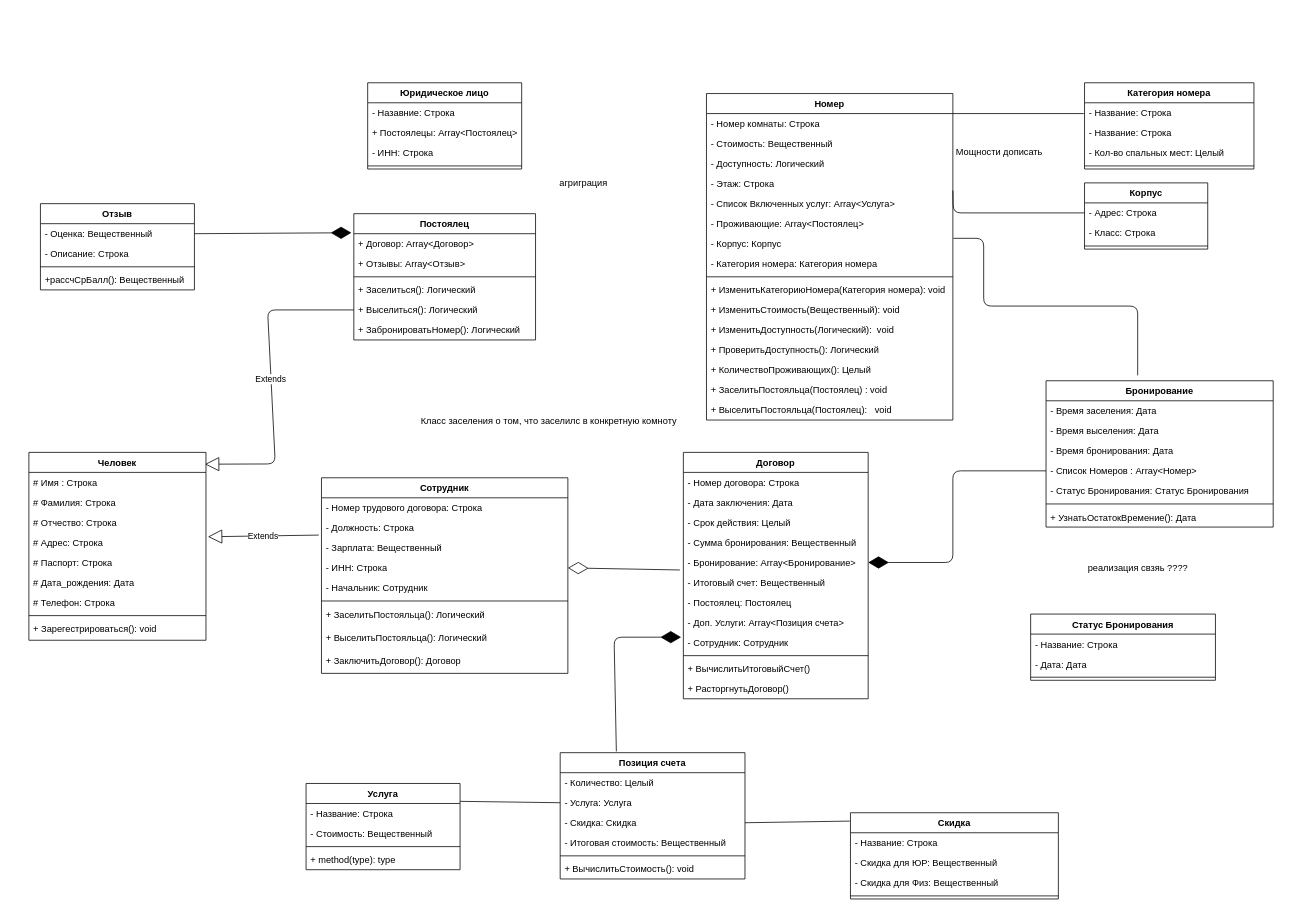
Above: IS_IS/lab2/Class diagram.drawio in Suvorovm/DB--Labs (draw.io), before the change. Source tidied: cells renumbered, new cells numbered last; positions are measured from the earlier drawing's top-left corner, leaving out a move shared by most shapes. Both pictures are drawn from the tidied source at 77%, with x=0, y=0 at pixel (28, 82).
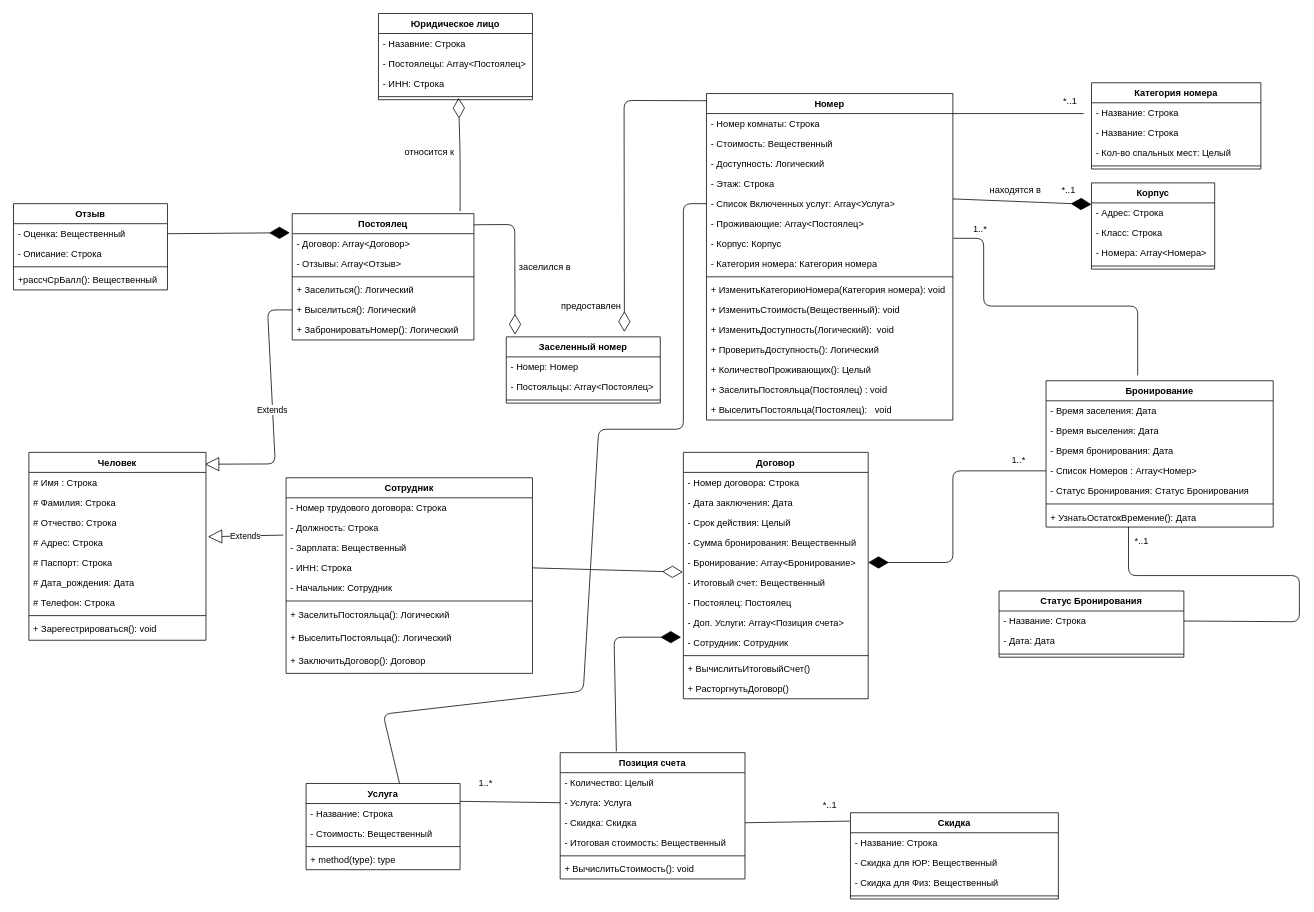
After the change.

Unchanged cells that the change refers to:
```xml
<mxCell id="2" value="Номер" style="swimlane;fontStyle=1;align=center;verticalAlign=top;horizontal=1;startSize=26;" parent="1" vertex="1">
  <mxGeometry x="880" y="14" width="320" height="424" as="geometry" />
</mxCell>
<mxCell id="7" value="- Список Включенных услуг: Array&lt;Услуга&gt;" style="text;strokeColor=none;fillColor=none;align=left;verticalAlign=top;spacingLeft=4;spacingRight=4;overflow=hidden;points=[[0,0.5],[1,0.5]];portConstraint=eastwest;" parent="2" vertex="1">
  <mxGeometry y="130" width="320" height="26" as="geometry" />
</mxCell>
<mxCell id="28" value="+ УзнатьОстатокВремение(): Дата" style="text;strokeColor=none;fillColor=none;align=left;verticalAlign=top;spacingLeft=4;spacingRight=4;overflow=hidden;points=[[0,0.5],[1,0.5]];portConstraint=eastwest;" parent="21" vertex="1">
  <mxGeometry y="164" width="295" height="26" as="geometry" />
</mxCell>
<mxCell id="33" style="line;strokeWidth=1;fillColor=none;align=left;verticalAlign=middle;spacingTop=-1;spacingLeft=3;spacingRight=3;labelPosition=right;points=[];portConstraint=eastwest;" parent="29" vertex="1">
  <mxGeometry y="104" width="200" height="8" as="geometry" />
</mxCell>
<mxCell id="40" value="- Название: Строка" style="text;strokeColor=none;fillColor=none;align=left;verticalAlign=top;spacingLeft=4;spacingRight=4;overflow=hidden;points=[[0,0.5],[1,0.5]];portConstraint=eastwest;" parent="39" vertex="1">
  <mxGeometry y="26" width="240" height="26" as="geometry" />
</mxCell>
<mxCell id="63" value="- Итоговый счет: Вещественный" style="text;strokeColor=none;fillColor=none;align=left;verticalAlign=top;spacingLeft=4;spacingRight=4;overflow=hidden;points=[[0,0.5],[1,0.5]];portConstraint=eastwest;" parent="57" vertex="1">
  <mxGeometry y="156" width="240" height="26" as="geometry" />
</mxCell>
<mxCell id="72" value="- Адрес: Строка" style="text;strokeColor=none;fillColor=none;align=left;verticalAlign=top;spacingLeft=4;spacingRight=4;overflow=hidden;points=[[0,0.5],[1,0.5]];portConstraint=eastwest;" parent="71" vertex="1">
  <mxGeometry y="26" width="160" height="26" as="geometry" />
</mxCell>
<mxCell id="82" value="Услуга" style="swimlane;fontStyle=1;align=center;verticalAlign=top;horizontal=1;startSize=26;" parent="1" vertex="1">
  <mxGeometry x="360" y="910" width="200" height="112" as="geometry" />
</mxCell>
<mxCell id="104" value="- ИНН: Строка" style="text;strokeColor=none;fillColor=none;align=left;verticalAlign=top;spacingLeft=4;spacingRight=4;overflow=hidden;points=[[0,0.5],[1,0.5]];portConstraint=eastwest;" parent="100" vertex="1">
  <mxGeometry y="104" width="320" height="26" as="geometry" />
</mxCell>
```

What changed in the source:
```diff
@@
     <mxCell id="29" value="Юридическое лицо" style="swimlane;fontStyle=1;align=center;verticalAlign=top;horizontal=1;startSize=26;" parent="1" vertex="1">
-      <mxGeometry x="440" width="200" height="112" as="geometry" />
+      <mxGeometry x="454" y="-90" width="200" height="112" as="geometry" />
     </mxCell>
@@
-    <mxCell id="31" value="+ Постоялецы: Array&lt;Постоялец&gt;" style="text;strokeColor=none;fillColor=none;align=left;verticalAlign=top;spacingLeft=4;spacingRight=4;overflow=hidden;" parent="29" vertex="1">
+    <mxCell id="31" value="- Постоялецы: Array&lt;Постоялец&gt;" style="text;strokeColor=none;fillColor=none;align=left;verticalAlign=top;spacingLeft=4;spacingRight=4;overflow=hidden;" parent="29" vertex="1">
       <mxGeometry y="52" width="200" height="26" as="geometry" />
     </mxCell>
@@
     <mxCell id="34" value="Категория номера" style="swimlane;fontStyle=1;align=center;verticalAlign=top;horizontal=1;startSize=26;" parent="1" vertex="1">
-      <mxGeometry x="1371" width="220" height="112" as="geometry" />
+      <mxGeometry x="1380" width="220" height="112" as="geometry" />
     </mxCell>
@@
     <mxCell id="39" value="Статус Бронирования" style="swimlane;fontStyle=1;align=center;verticalAlign=top;horizontal=1;startSize=26;" parent="1" vertex="1">
-      <mxGeometry x="1301" y="690" width="240" height="86" as="geometry" />
+      <mxGeometry x="1260" y="660" width="240" height="86" as="geometry" />
     </mxCell>
@@
     <mxCell id="45" value="Отзыв" style="swimlane;fontStyle=1;align=center;verticalAlign=top;horizontal=1;startSize=26;" parent="1" vertex="1">
-      <mxGeometry x="15" y="157" width="200" height="112" as="geometry" />
+      <mxGeometry x="-20" y="157" width="200" height="112" as="geometry" />
     </mxCell>
@@
     <mxCell id="50" value="Постоялец" style="swimlane;fontStyle=1;align=center;verticalAlign=top;horizontal=1;startSize=26;" parent="1" vertex="1">
-      <mxGeometry x="422" y="170" width="236" height="164" as="geometry" />
+      <mxGeometry x="342" y="170" width="236" height="164" as="geometry" />
     </mxCell>
-    <mxCell id="51" value="+ Договор: Array&lt;Договор&gt;" style="text;strokeColor=none;fillColor=none;align=left;verticalAlign=top;spacingLeft=4;spacingRight=4;overflow=hidden;" parent="50" vertex="1">
+    <mxCell id="51" value="- Договор: Array&lt;Договор&gt;" style="text;strokeColor=none;fillColor=none;align=left;verticalAlign=top;spacingLeft=4;spacingRight=4;overflow=hidden;" parent="50" vertex="1">
       <mxGeometry y="26" width="236" height="26" as="geometry" />
     </mxCell>
-    <mxCell id="52" value="+ Отзывы: Array&lt;Отзыв&gt;" style="text;strokeColor=none;fillColor=none;align=left;verticalAlign=top;spacingLeft=4;spacingRight=4;overflow=hidden;" parent="50" vertex="1">
+    <mxCell id="52" value="- Отзывы: Array&lt;Отзыв&gt;" style="text;strokeColor=none;fillColor=none;align=left;verticalAlign=top;spacingLeft=4;spacingRight=4;overflow=hidden;" parent="50" vertex="1">
       <mxGeometry y="52" width="236" height="26" as="geometry" />
     </mxCell>
@@
     <mxCell id="71" value="Корпус" style="swimlane;fontStyle=1;align=center;verticalAlign=top;horizontal=1;startSize=26;" parent="1" vertex="1">
-      <mxGeometry x="1371" y="130" width="160" height="86" as="geometry" />
+      <mxGeometry x="1380" y="130" width="160" height="112" as="geometry" />
     </mxCell>
@@
+    <mxCell id="122" value="- Класс: Строка " style="text;strokeColor=none;fillColor=none;align=left;verticalAlign=top;spacingLeft=4;spacingRight=4;overflow=hidden;" parent="71" vertex="1">
+      <mxGeometry y="52" width="160" height="26" as="geometry" />
+    </mxCell>
-    <mxCell id="73" value="- Класс: Строка " style="text;strokeColor=none;fillColor=none;align=left;verticalAlign=top;spacingLeft=4;spacingRight=4;overflow=hidden;" parent="71" vertex="1">
-      <mxGeometry y="52" width="160" height="26" as="geometry" />
+    <mxCell id="73" value="- Номера: Array&lt;Номера&gt;" style="text;strokeColor=none;fillColor=none;align=left;verticalAlign=top;spacingLeft=4;spacingRight=4;overflow=hidden;" parent="71" vertex="1">
+      <mxGeometry y="78" width="160" height="26" as="geometry" />
     </mxCell>
     <mxCell id="74" style="line;strokeWidth=1;fillColor=none;align=left;verticalAlign=middle;spacingTop=-1;spacingLeft=3;spacingRight=3;labelPosition=right;" parent="71" vertex="1">
-      <mxGeometry y="78" width="160" height="8" as="geometry" />
+      <mxGeometry y="104" width="160" height="8" as="geometry" />
     </mxCell>
@@
-    <mxCell id="88" style="endArrow=diamondThin;endFill=0;endSize=24;html=1;entryX=1;entryY=0.5;entryDx=0;entryDy=0;exitX=-0.019;exitY=-0.126;exitDx=0;exitDy=0;exitPerimeter=0;" parent="1" edge="1" source="63" target="104">
+    <mxCell id="88" style="endArrow=diamondThin;endFill=0;endSize=24;html=1;exitX=1;exitY=0.5;exitDx=0;exitDy=0;entryX=-0.003;entryY=-0.019;entryDx=0;entryDy=0;entryPerimeter=0;" parent="1" edge="1" source="104" target="63">
       <mxGeometry relative="1" as="geometry" />
     </mxCell>
@@
     <mxCell id="100" value="Сотрудник" style="swimlane;fontStyle=1;align=center;verticalAlign=top;horizontal=1;startSize=26;" parent="1" vertex="1">
-      <mxGeometry x="380" y="513" width="320" height="254" as="geometry" />
+      <mxGeometry x="334" y="513" width="320" height="254" as="geometry" />
     </mxCell>
@@
-    <mxCell id="116" style="endArrow=none;html=1;edgeStyle=orthogonalEdgeStyle;entryX=0;entryY=0.5;entryDx=0;entryDy=0;" parent="1" edge="1" target="72">
-      <mxGeometry relative="1" as="geometry">
-        <mxPoint x="1200" y="140" as="sourcePoint" />
-      </mxGeometry>
-    </mxCell>
@@
-    <mxCell id="118" value="агриграция" style="text;html=1;align=center;verticalAlign=middle;" parent="1" vertex="1">
-      <mxGeometry x="680" y="120" width="80" height="20" as="geometry" />
-    </mxCell>
-    <mxCell id="119" value="Класс заселения о том, что заселилс в конкретную комноту" style="text;html=1;align=center;verticalAlign=middle;" parent="1" vertex="1">
-      <mxGeometry x="500" y="430" width="350" height="20" as="geometry" />
-    </mxCell>
-    <mxCell id="120" value="реализация свзяь ????" style="text;html=1;align=center;verticalAlign=middle;" parent="1" vertex="1">
-      <mxGeometry x="1365" y="620" width="150" height="20" as="geometry" />
-    </mxCell>
-    <mxCell id="121" value="Мощности дописать&lt;br&gt;" style="text;html=1;align=center;verticalAlign=middle;" parent="1" vertex="1">
-      <mxGeometry x="1195" y="80" width="130" height="20" as="geometry" />
-    </mxCell>
+    <mxCell id="123" value="Заселенный номер" style="swimlane;fontStyle=1;align=center;verticalAlign=top;horizontal=1;startSize=26;" parent="1" vertex="1">
+      <mxGeometry x="620" y="330" width="200" height="86" as="geometry" />
+    </mxCell>
+    <mxCell id="124" value="- Номер: Номер" style="text;strokeColor=none;fillColor=none;align=left;verticalAlign=top;spacingLeft=4;spacingRight=4;overflow=hidden;" parent="123" vertex="1">
+      <mxGeometry y="26" width="200" height="26" as="geometry" />
+    </mxCell>
+    <mxCell id="125" value="- Постояльцы: Array&lt;Постоялец&gt;" style="text;strokeColor=none;fillColor=none;align=left;verticalAlign=top;spacingLeft=4;spacingRight=4;overflow=hidden;" parent="123" vertex="1">
+      <mxGeometry y="52" width="200" height="26" as="geometry" />
+    </mxCell>
+    <mxCell id="126" style="line;strokeWidth=1;fillColor=none;align=left;verticalAlign=middle;spacingTop=-1;spacingLeft=3;spacingRight=3;labelPosition=right;" parent="123" vertex="1">
+      <mxGeometry y="78" width="200" height="8" as="geometry" />
+    </mxCell>
+    <mxCell id="127" style="endArrow=diamondThin;endFill=0;endSize=24;html=1;entryX=0.057;entryY=-0.033;entryDx=0;entryDy=0;exitX=1;exitY=0.088;exitDx=0;exitDy=0;exitPerimeter=0;entryPerimeter=0;" parent="1" edge="1" source="50" target="123">
+      <mxGeometry relative="1" as="geometry">
+        <Array as="points">
+          <mxPoint x="631" y="184" />
+        </Array>
+      </mxGeometry>
+    </mxCell>
+    <mxCell id="128" style="endArrow=diamondThin;endFill=0;endSize=24;html=1;entryX=0.057;entryY=-0.033;entryDx=0;entryDy=0;exitX=0.002;exitY=0.022;exitDx=0;exitDy=0;exitPerimeter=0;entryPerimeter=0;" parent="1" edge="1" source="2">
+      <mxGeometry relative="1" as="geometry">
+        <mxPoint x="773.4" y="323.6" as="targetPoint" />
+        <Array as="points">
+          <mxPoint x="773" y="23" />
+        </Array>
+      </mxGeometry>
+    </mxCell>
+    <mxCell id="129" style="endArrow=diamondThin;endFill=0;endSize=24;html=1;entryX=0.52;entryY=0.688;entryDx=0;entryDy=0;exitX=0.924;exitY=-0.019;exitDx=0;exitDy=0;exitPerimeter=0;entryPerimeter=0;" parent="1" edge="1" source="50" target="33">
+      <mxGeometry relative="1" as="geometry">
+        <Array as="points">
+          <mxPoint x="560" y="90" />
+        </Array>
+      </mxGeometry>
+    </mxCell>
+    <mxCell id="130" style="endArrow=none;html=1;edgeStyle=orthogonalEdgeStyle;exitX=0.363;exitY=0.994;exitDx=0;exitDy=0;exitPerimeter=0;entryX=1;entryY=0.5;entryDx=0;entryDy=0;" parent="1" edge="1" source="28" target="40">
+      <mxGeometry relative="1" as="geometry">
+        <Array as="points">
+          <mxPoint x="1428" y="640" />
+          <mxPoint x="1650" y="640" />
+          <mxPoint x="1650" y="700" />
+          <mxPoint x="1500" y="700" />
+        </Array>
+      </mxGeometry>
+    </mxCell>
+    <mxCell id="131" value="*..1" style="text;html=1;align=center;verticalAlign=middle;" parent="1" vertex="1">
+      <mxGeometry x="1337" y="14" width="30" height="20" as="geometry" />
+    </mxCell>
+    <mxCell id="132" value="*..1" style="text;html=1;align=center;verticalAlign=middle;" parent="1" vertex="1">
+      <mxGeometry x="1430" y="585" width="30" height="20" as="geometry" />
+    </mxCell>
+    <mxCell id="133" value="1..*" style="text;html=1;align=center;verticalAlign=middle;" parent="1" vertex="1">
+      <mxGeometry x="1220" y="180" width="30" height="20" as="geometry" />
+    </mxCell>
+    <mxCell id="134" value="1..*" style="text;html=1;align=center;verticalAlign=middle;" parent="1" vertex="1">
+      <mxGeometry x="578" y="900" width="30" height="20" as="geometry" />
+    </mxCell>
+    <mxCell id="135" value="*..1" style="text;html=1;align=center;verticalAlign=middle;" parent="1" vertex="1">
+      <mxGeometry x="1025" y="928" width="30" height="20" as="geometry" />
+    </mxCell>
+    <mxCell id="136" style="endArrow=diamondThin;endFill=1;endSize=24;html=1;entryX=0;entryY=0.25;entryDx=0;entryDy=0;exitX=1;exitY=0.263;exitDx=0;exitDy=0;exitPerimeter=0;" parent="1" edge="1" source="7" target="71">
+      <mxGeometry relative="1" as="geometry" />
+    </mxCell>
+    <mxCell id="137" style="endArrow=none;html=1;entryX=0;entryY=0.5;entryDx=0;entryDy=0;exitX=0.607;exitY=0.001;exitDx=0;exitDy=0;exitPerimeter=0;" parent="1" edge="1" source="82" target="7">
+      <mxGeometry relative="1" as="geometry">
+        <Array as="points">
+          <mxPoint x="460" y="820" />
+          <mxPoint x="720" y="790" />
+          <mxPoint x="740" y="450" />
+          <mxPoint x="850" y="450" />
+          <mxPoint x="850" y="157" />
+        </Array>
+      </mxGeometry>
+    </mxCell>
+    <mxCell id="138" value="находятся в" style="text;html=1;align=center;verticalAlign=middle;" parent="1" vertex="1">
+      <mxGeometry x="1241" y="130" width="80" height="20" as="geometry" />
+    </mxCell>
+    <mxCell id="139" value="относится к" style="text;html=1;align=center;verticalAlign=middle;" parent="1" vertex="1">
+      <mxGeometry x="480" y="80" width="80" height="20" as="geometry" />
+    </mxCell>
+    <mxCell id="140" value="заселился в" style="text;html=1;align=center;verticalAlign=middle;" parent="1" vertex="1">
+      <mxGeometry x="630" y="230" width="80" height="20" as="geometry" />
+    </mxCell>
+    <mxCell id="141" value="предоставлен" style="text;html=1;align=center;verticalAlign=middle;" parent="1" vertex="1">
+      <mxGeometry x="685" y="280" width="90" height="20" as="geometry" />
+    </mxCell>
+    <mxCell id="142" value="1..*" style="text;html=1;align=center;verticalAlign=middle;" parent="1" vertex="1">
+      <mxGeometry x="1270" y="480" width="30" height="20" as="geometry" />
+    </mxCell>
+    <mxCell id="143" value="*..1" style="text;html=1;align=center;verticalAlign=middle;" parent="1" vertex="1">
+      <mxGeometry x="1335" y="130" width="30" height="20" as="geometry" />
+    </mxCell>
```
